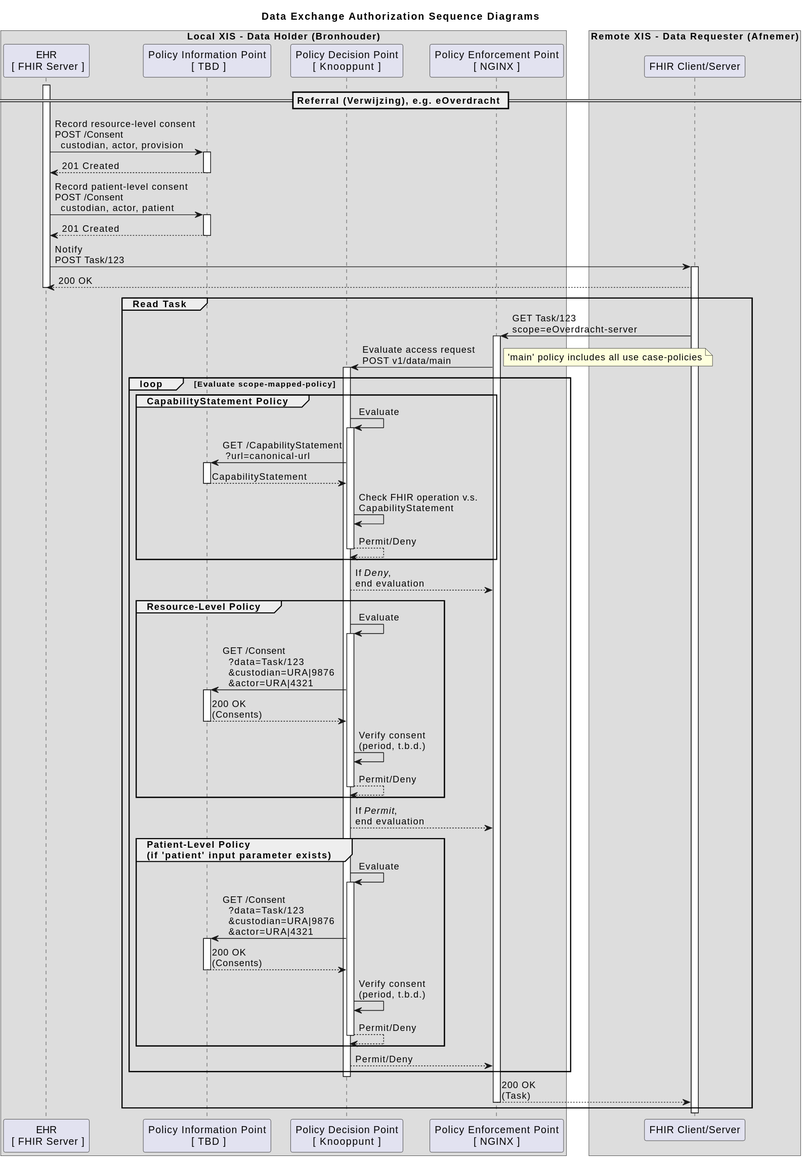
nuts-foundation/nuts-knooppunt keeps this PlantUML diagram as docs/images/dataexchange-authorization-sd.svg. Above is the earlier version. Its diagram source:
```plantuml
@startuml
title Data Exchange Authorization Sequence Diagrams

box Local XIS - Data Holder (Bronhouder)
    participant ehr as "EHR\n [ FHIR Server ]"
    participant pip as "Policy Information Point\n [ TBD ]"
    participant pdp as "Policy Decision Point\n[ Knooppunt ]"
    participant pep as "Policy Enforcement Point\n[ NGINX ]"
end box
box Remote XIS - Data Requester (Afnemer)
    participant remoteXIS as "FHIR Client/Server"
end box

== Referral (Verwijzing), e.g. eOverdracht ==
activate ehr
ehr -> pip : Record resource-level consent\nPOST /Consent\n  custodian, actor, provision
activate pip
    pip --> ehr : 201 Created
deactivate pip
ehr -> pip : Record patient-level consent\nPOST /Consent\n  custodian, actor, patient
activate pip
    pip --> ehr : 201 Created
deactivate pip
ehr -> remoteXIS : Notify\nPOST Task/123
activate remoteXIS
remoteXIS --> ehr : 200 OK
deactivate ehr

group Read Task
    remoteXIS -> pep : GET Task/123\nscope=eOverdracht-server
    activate pep
    pep -> pdp: Evaluate access request\nPOST v1/data/main
    note right: 'main' policy includes all use case-policies
    activate pdp
    loop Evaluate scope-mapped-policy
        group CapabilityStatement Policy
        pdp -> pdp : Evaluate
            activate pdp
                pdp -> pip : GET /CapabilityStatement\n ?url=canonical-url
                activate pip
                    pip --> pdp : CapabilityStatement
                deactivate pip
                pdp -> pdp : Check FHIR operation v.s.\nCapabilityStatement
                pdp --> pdp : Permit/Deny
            deactivate
        end group
        pdp --> pep : If <i>Deny</i>,\nend evaluation
        group Resource-Level Policy
        pdp -> pdp : Evaluate
            activate pdp
                pdp -> pip : GET /Consent\n  ?data=Task/123\n  &custodian=URA|9876\n  &actor=URA|4321
                activate pip
                    pip --> pdp : 200 OK\n(Consents)
                deactivate pip
                pdp -> pdp : Verify consent\n(period, t.b.d.)
                pdp --> pdp : Permit/Deny
            deactivate
        end group
        pdp --> pep : If <i>Permit</i>,\nend evaluation
        group Patient-Level Policy\n(if 'patient' input parameter exists)
                pdp -> pdp : Evaluate
                    activate pdp
                        pdp -> pip : GET /Consent\n  ?data=Task/123\n  &custodian=URA|9876\n  &actor=URA|4321
                        activate pip
                            pip --> pdp : 200 OK\n(Consents)
                        deactivate pip
                        pdp -> pdp : Verify consent\n(period, t.b.d.)
                        pdp --> pdp : Permit/Deny
                    deactivate
                end group
        pdp --> pep : Permit/Deny
    end group
    deactivate pdp
    pep --> remoteXIS : 200 OK\n(Task)
    deactivate
end group

deactivate remoteXIS
@enduml
```
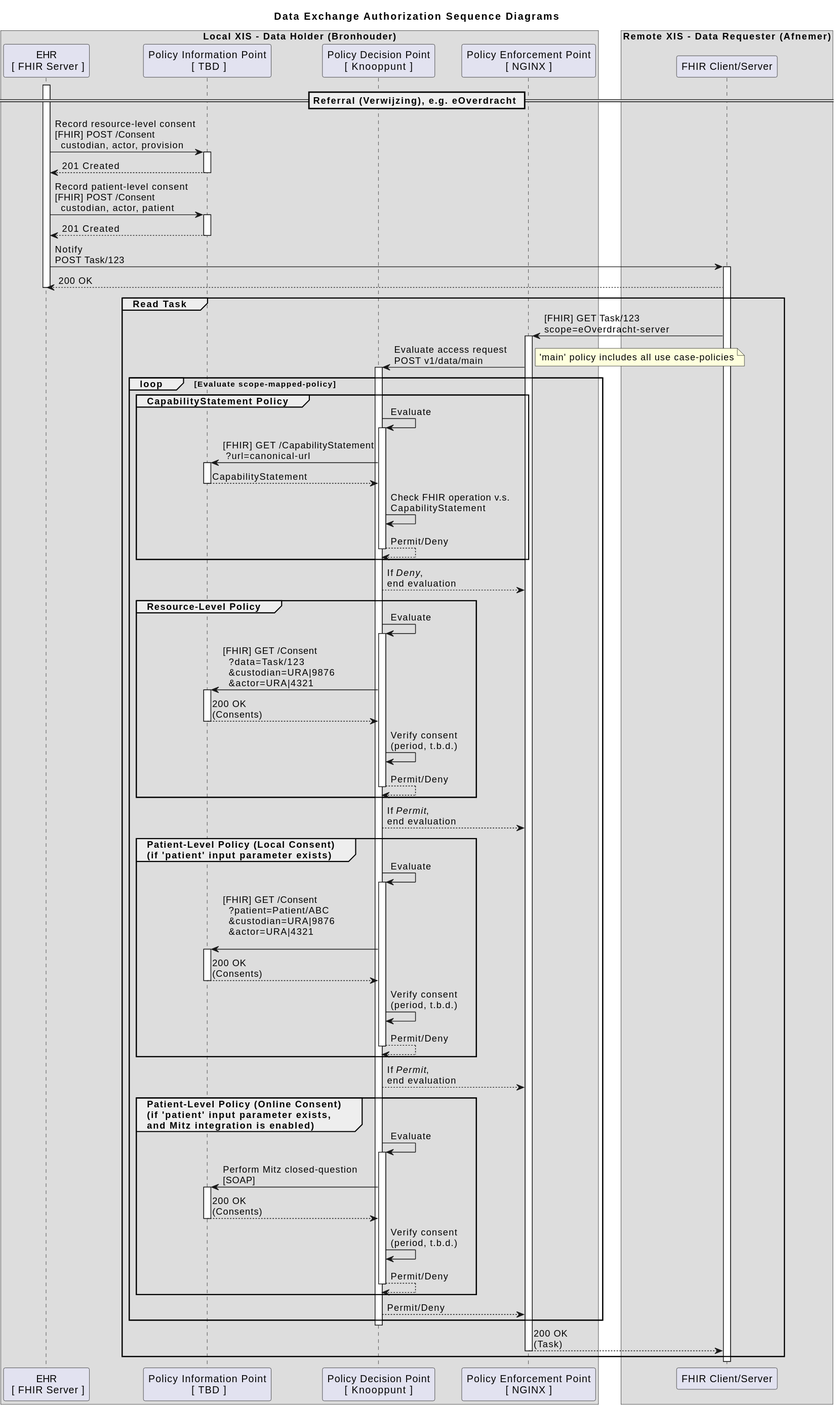
The same file after the commit.

What changed in the source:
```diff
@@ -1,5 +1,5 @@
 @startuml
-title Data Exchange Authorization Sequence Diagrams
+title Data Exchange Authorization   Sequence Diagrams
 
 box Local XIS - Data Holder (Bronhouder)
     participant ehr as "EHR\n [ FHIR Server ]"
@@ -13,11 +13,11 @@
 
 == Referral (Verwijzing), e.g. eOverdracht ==
 activate ehr
-ehr -> pip : Record resource-level consent\nPOST /Consent\n  custodian, actor, provision
+ehr -> pip : Record resource-level consent\n[FHIR] POST /Consent\n  custodian, actor, provision
 activate pip
     pip --> ehr : 201 Created
 deactivate pip
-ehr -> pip : Record patient-level consent\nPOST /Consent\n  custodian, actor, patient
+ehr -> pip : Record patient-level consent\n[FHIR] POST /Consent\n  custodian, actor, patient
 activate pip
     pip --> ehr : 201 Created
 deactivate pip
@@ -27,7 +27,7 @@
 deactivate ehr
 
 group Read Task
-    remoteXIS -> pep : GET Task/123\nscope=eOverdracht-server
+    remoteXIS -> pep : [FHIR] GET Task/123\nscope=eOverdracht-server
     activate pep
     pep -> pdp: Evaluate access request\nPOST v1/data/main
     note right: 'main' policy includes all use case-policies
@@ -36,7 +36,7 @@
         group CapabilityStatement Policy
         pdp -> pdp : Evaluate
             activate pdp
-                pdp -> pip : GET /CapabilityStatement\n ?url=canonical-url
+                pdp -> pip : [FHIR] GET /CapabilityStatement\n ?url=canonical-url
                 activate pip
                     pip --> pdp : CapabilityStatement
                 deactivate pip
@@ -48,7 +48,7 @@
         group Resource-Level Policy
         pdp -> pdp : Evaluate
             activate pdp
-                pdp -> pip : GET /Consent\n  ?data=Task/123\n  &custodian=URA|9876\n  &actor=URA|4321
+                pdp -> pip : [FHIR] GET /Consent\n  ?data=Task/123\n  &custodian=URA|9876\n  &actor=URA|4321
                 activate pip
                     pip --> pdp : 200 OK\n(Consents)
                 deactivate pip
@@ -57,17 +57,29 @@
             deactivate
         end group
         pdp --> pep : If <i>Permit</i>,\nend evaluation
-        group Patient-Level Policy\n(if 'patient' input parameter exists)
-                pdp -> pdp : Evaluate
-                    activate pdp
-                        pdp -> pip : GET /Consent\n  ?data=Task/123\n  &custodian=URA|9876\n  &actor=URA|4321
-                        activate pip
-                            pip --> pdp : 200 OK\n(Consents)
-                        deactivate pip
-                        pdp -> pdp : Verify consent\n(period, t.b.d.)
-                        pdp --> pdp : Permit/Deny
-                    deactivate
-                end group
+        group Patient-Level Policy (Local Consent)\n(if 'patient' input parameter exists)
+            pdp -> pdp : Evaluate
+            activate pdp
+                pdp -> pip : [FHIR] GET /Consent\n  ?patient=Patient/ABC\n  &custodian=URA|9876\n  &actor=URA|4321\n
+                activate pip
+                    pip --> pdp : 200 OK\n(Consents)
+                deactivate pip
+                pdp -> pdp : Verify consent\n(period, t.b.d.)
+                pdp --> pdp : Permit/Deny
+            deactivate
+        end group
+        pdp --> pep : If <i>Permit</i>,\nend evaluation
+        group Patient-Level Policy (Online Consent)\n(if 'patient' input parameter exists,\nand Mitz integration is enabled)
+            pdp -> pdp : Evaluate
+            activate pdp
+                pdp -> pip : Perform Mitz closed-question\n[SOAP]
+                activate pip
+                    pip --> pdp : 200 OK\n(Consents)
+                deactivate pip
+                pdp -> pdp : Verify consent\n(period, t.b.d.)
+                pdp --> pdp : Permit/Deny
+            deactivate
+        end group
         pdp --> pep : Permit/Deny
     end group
     deactivate pdp
```
